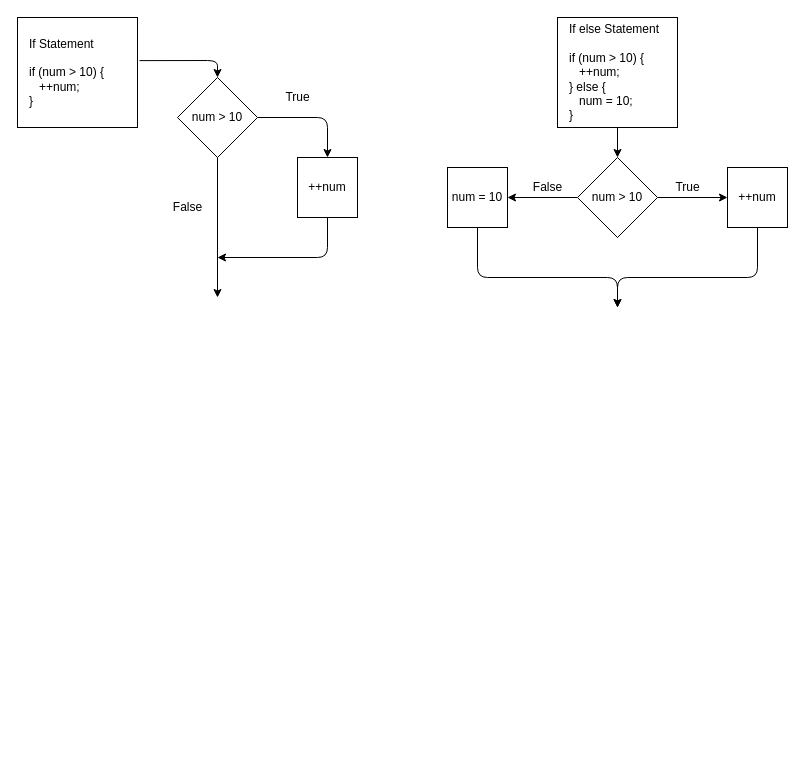
This is udemy/Beginning_CPP_Programming_From_Beginner_to_Beyond/09_Program_Flow/flow.drawio from steveanthony999/cpp, a draw.io file, before an edit. Source tidied: cells renumbered, new cells numbered last; positions are measured from the earlier drawing's top-left corner, leaving out a move shared by most shapes. Both pictures are drawn from the tidied source at 100%, with x=0, y=0 at pixel (17, 17).
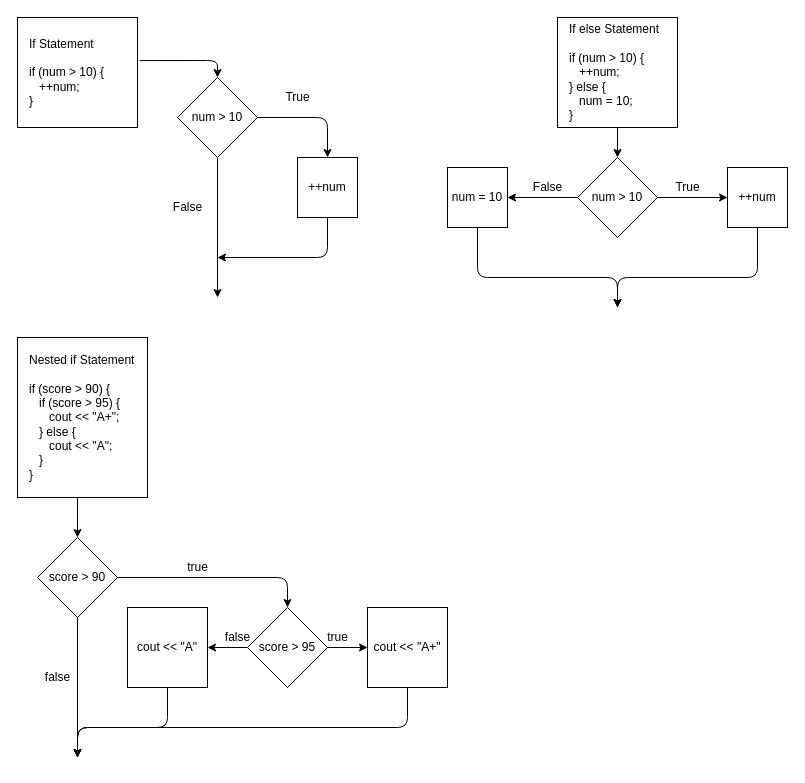
After the change.

Change to the diagram source:
```diff
@@
+    <mxCell id="22" style="edgeStyle=none;html=1;entryX=0.5;entryY=0;entryDx=0;entryDy=0;exitX=1;exitY=0.5;exitDx=0;exitDy=0;" parent="1" edge="1" source="30" target="27">
+      <mxGeometry relative="1" as="geometry">
+        <Array as="points">
+          <mxPoint x="270" y="560" />
+        </Array>
+      </mxGeometry>
+    </mxCell>
+    <mxCell id="23" style="edgeStyle=none;html=1;entryX=0.5;entryY=0;entryDx=0;entryDy=0;" parent="1" edge="1" target="30">
+      <mxGeometry relative="1" as="geometry">
+        <mxPoint x="60" y="480" as="sourcePoint" />
+      </mxGeometry>
+    </mxCell>
+    <mxCell id="24" value="&amp;nbsp; &amp;nbsp;Nested if Statement&lt;br&gt;&lt;br&gt;&amp;nbsp; &amp;nbsp;if (score &amp;gt; 90) {&lt;br&gt;&amp;nbsp; &amp;nbsp; &amp;nbsp; if (score &amp;gt; 95) {&lt;br&gt;&amp;nbsp; &amp;nbsp; &amp;nbsp; &amp;nbsp; &amp;nbsp;cout &amp;lt;&amp;lt; &quot;A+&quot;;&lt;br&gt;&amp;nbsp; &amp;nbsp; &amp;nbsp; } else {&lt;br&gt;&amp;nbsp; &amp;nbsp; &amp;nbsp; &amp;nbsp; &amp;nbsp;cout &amp;lt;&amp;lt; &quot;A&quot;;&lt;br&gt;&amp;nbsp; &amp;nbsp; &amp;nbsp; }&lt;br&gt;&amp;nbsp; &amp;nbsp;}" style="rounded=0;whiteSpace=wrap;html=1;align=left;" parent="1" vertex="1">
+      <mxGeometry y="320" width="130" height="160" as="geometry" />
+    </mxCell>
+    <mxCell id="25" style="edgeStyle=none;html=1;entryX=0;entryY=0.5;entryDx=0;entryDy=0;" parent="1" edge="1" source="27" target="35">
+      <mxGeometry relative="1" as="geometry" />
+    </mxCell>
+    <mxCell id="26" style="edgeStyle=none;html=1;entryX=1;entryY=0.5;entryDx=0;entryDy=0;" parent="1" edge="1" source="27" target="33">
+      <mxGeometry relative="1" as="geometry" />
+    </mxCell>
+    <mxCell id="27" value="score &amp;gt; 95" style="rhombus;whiteSpace=wrap;html=1;" parent="1" vertex="1">
+      <mxGeometry x="230" y="590" width="80" height="80" as="geometry" />
+    </mxCell>
+    <mxCell id="28" value="true" style="text;html=1;align=center;verticalAlign=middle;strokeColor=none;fillColor=none;" parent="1" vertex="1">
+      <mxGeometry x="160" y="540" width="40" height="20" as="geometry" />
+    </mxCell>
+    <mxCell id="29" style="edgeStyle=none;html=1;" parent="1" edge="1" source="30">
+      <mxGeometry relative="1" as="geometry">
+        <mxPoint x="60" y="740" as="targetPoint" />
+      </mxGeometry>
+    </mxCell>
+    <mxCell id="30" value="score &amp;gt; 90" style="rhombus;whiteSpace=wrap;html=1;" parent="1" vertex="1">
+      <mxGeometry x="20" y="520" width="80" height="80" as="geometry" />
+    </mxCell>
+    <mxCell id="31" value="false" style="text;html=1;align=center;verticalAlign=middle;strokeColor=none;fillColor=none;" parent="1" vertex="1">
+      <mxGeometry x="20" y="650" width="40" height="20" as="geometry" />
+    </mxCell>
+    <mxCell id="32" style="edgeStyle=none;html=1;exitX=0.5;exitY=1;exitDx=0;exitDy=0;" parent="1" edge="1" source="33">
+      <mxGeometry relative="1" as="geometry">
+        <mxPoint x="60" y="740" as="targetPoint" />
+        <Array as="points">
+          <mxPoint x="150" y="710" />
+          <mxPoint x="60" y="710" />
+        </Array>
+      </mxGeometry>
+    </mxCell>
+    <mxCell id="33" value="cout &amp;lt;&amp;lt; &quot;A&quot;" style="whiteSpace=wrap;html=1;" parent="1" vertex="1">
+      <mxGeometry x="110" y="590" width="80" height="80" as="geometry" />
+    </mxCell>
+    <mxCell id="34" style="edgeStyle=none;html=1;exitX=0.5;exitY=1;exitDx=0;exitDy=0;" parent="1" edge="1" source="35">
+      <mxGeometry relative="1" as="geometry">
+        <mxPoint x="60" y="740" as="targetPoint" />
+        <Array as="points">
+          <mxPoint x="390" y="710" />
+          <mxPoint x="60" y="710" />
+        </Array>
+      </mxGeometry>
+    </mxCell>
+    <mxCell id="35" value="cout &amp;lt;&amp;lt; &quot;A+&quot;" style="whiteSpace=wrap;html=1;" parent="1" vertex="1">
+      <mxGeometry x="350" y="590" width="80" height="80" as="geometry" />
+    </mxCell>
+    <mxCell id="36" value="true" style="text;html=1;align=center;verticalAlign=middle;strokeColor=none;fillColor=none;" parent="1" vertex="1">
+      <mxGeometry x="300" y="610" width="40" height="20" as="geometry" />
+    </mxCell>
+    <mxCell id="37" value="false" style="text;html=1;align=center;verticalAlign=middle;strokeColor=none;fillColor=none;" parent="1" vertex="1">
+      <mxGeometry x="200" y="610" width="40" height="20" as="geometry" />
+    </mxCell>
```
